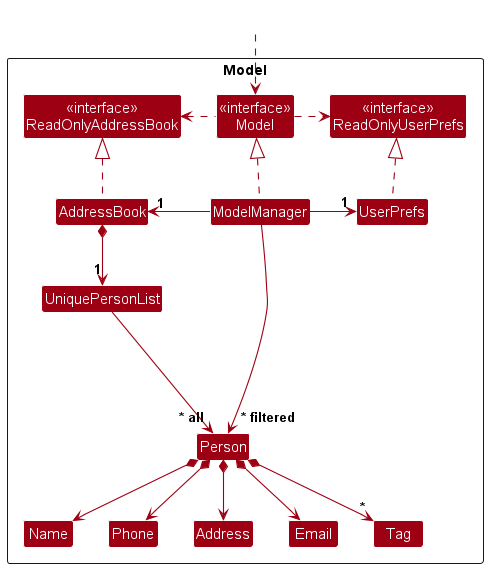
Above: docs/images/ModelClassDiagram.png in nus-cs2103-AY2324S2/tp (PlantUML), before the change.
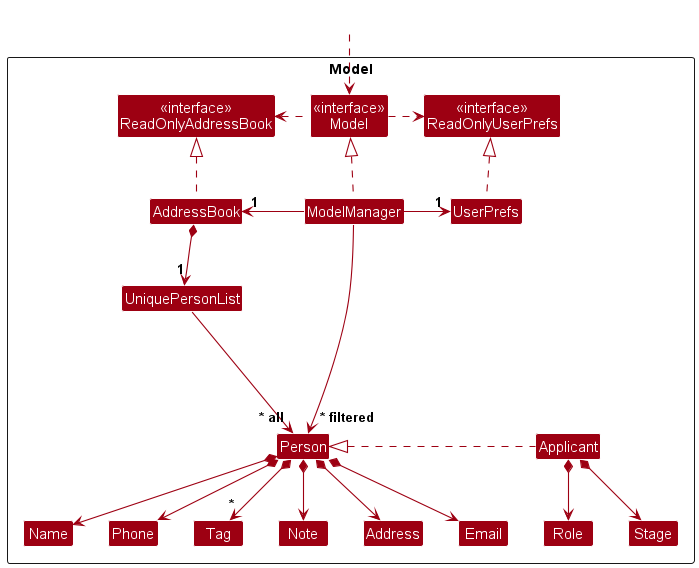
After the change.

What changed in the source:
```diff
@@ -14,11 +14,15 @@
 
 Class UniquePersonList
 Class Person
+Class Applicant
 Class Address
 Class Email
 Class Name
 Class Phone
+Class Role
+Class Stage
 Class Tag
+Class Note
 
 Class I #FFFFFF
 }
@@ -37,11 +41,17 @@
 
 AddressBook *--> "1" UniquePersonList
 UniquePersonList --> "~* all" Person
+
 Person *--> Name
 Person *--> Phone
 Person *--> Email
 Person *--> Address
 Person *--> "*" Tag
+Person *--> Note
+
+Applicant .left.|> Person
+Applicant *--> Role
+Applicant *--> Stage
 
 Person -[hidden]up--> I
 UniquePersonList -[hidden]right-> I
```
